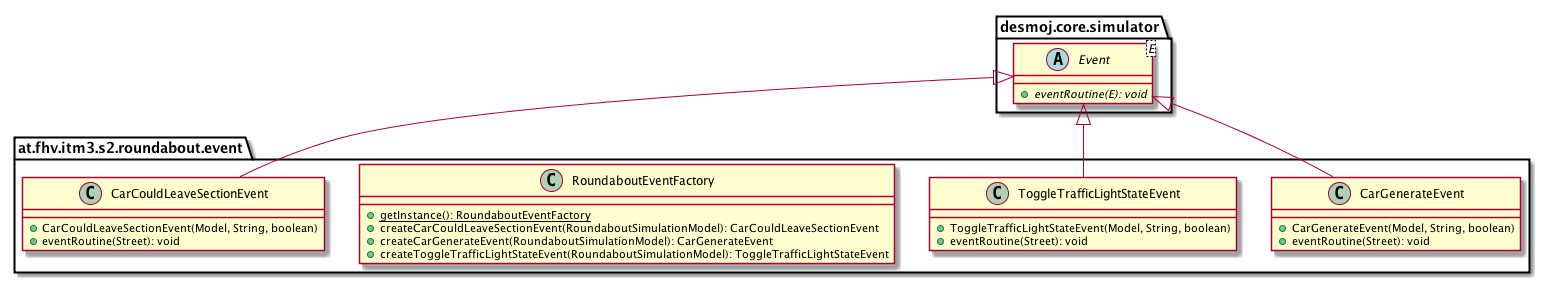
sereGkaluv/Roundabout-Simulation-Library keeps this PlantUML diagram as images/uml-class/at.fhv.itm3.s2.roundabout.event.package.png. Above is the earlier version.
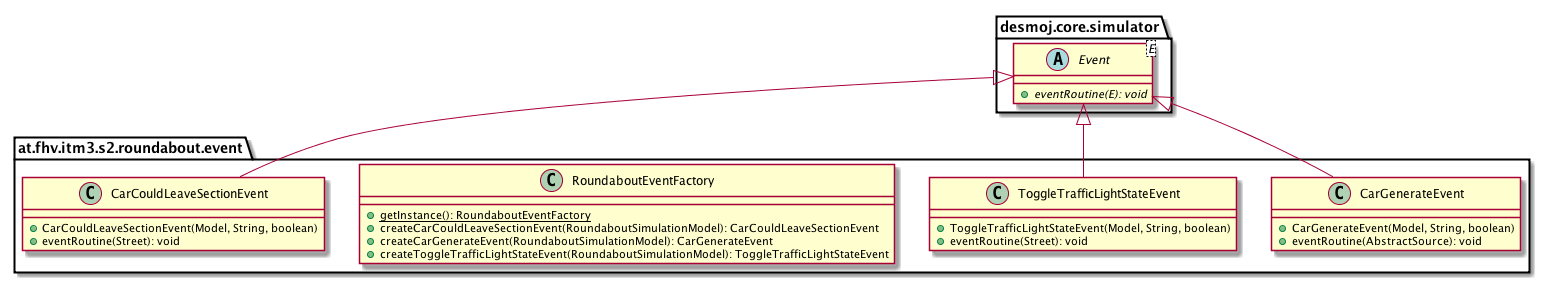
Above is the later version.

The edit, as a diff of the source:
```diff
@@ -4,7 +4,7 @@
 
         class CarGenerateEvent [[../../../../../at/fhv/itm3/s2/roundabout/event/CarGenerateEvent.html]] {
             +CarGenerateEvent(Model, String, boolean)
-            +eventRoutine(Street): void
+            +eventRoutine(AbstractSource): void
         }
 
         class ToggleTrafficLightStateEvent [[../../../../../at/fhv/itm3/s2/roundabout/event/ToggleTrafficLightStateEvent.html]] {
```
